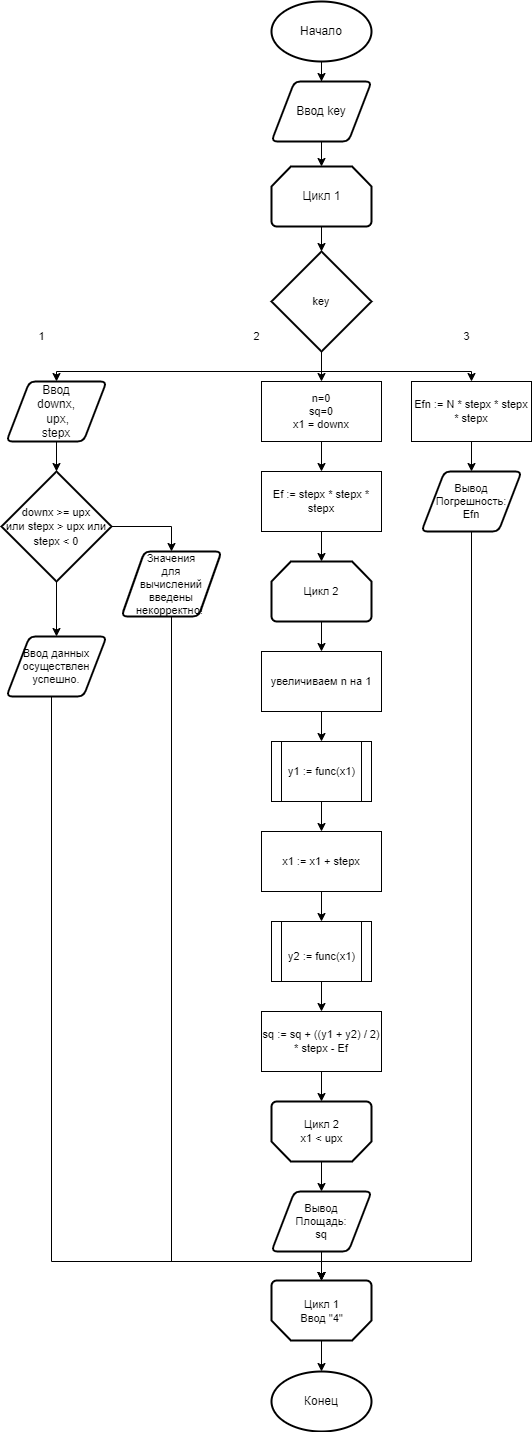
Before: схема 3.1.png, a diagram exported from draw.io (ALEKCZY/DKR3). Source tidied: cells renumbered, new cells last; positions are measured from the earlier drawing's top-left corner, leaving out a move shared by most shapes.
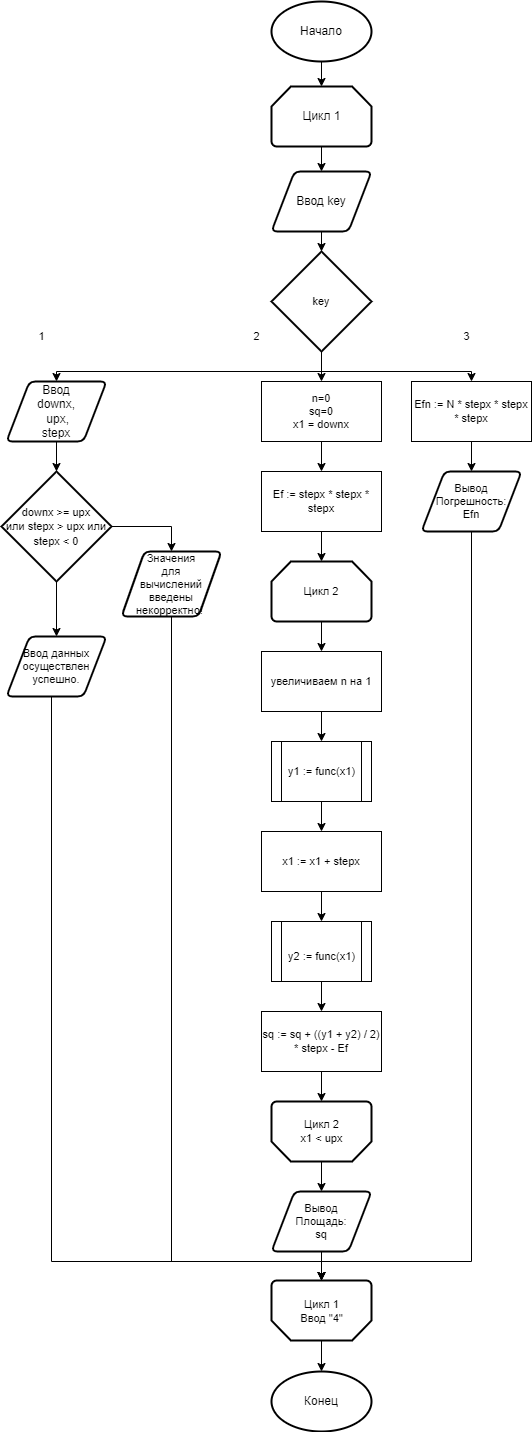
After the commit.

Diff of the diagram source:
```diff
@@ -2,9 +2,9 @@
   <root>
     <mxCell id="0" />
     <mxCell id="1" parent="0" />
-    <mxCell id="2" style="edgeStyle=orthogonalEdgeStyle;rounded=0;jettySize=auto;html=1;exitX=0.5;exitY=1;exitDx=0;exitDy=0;exitPerimeter=0;" parent="1" edge="1" source="3" target="55">
-      <mxGeometry relative="1" as="geometry" />
-    </mxCell>
+    <mxCell id="56" style="edgeStyle=orthogonalEdgeStyle;rounded=0;jettySize=auto;html=1;exitX=0.5;exitY=1;exitDx=0;exitDy=0;exitPerimeter=0;entryX=0.5;entryY=0;entryDx=0;entryDy=0;entryPerimeter=0;" parent="1" edge="1" source="3" target="51">
+      <mxGeometry relative="1" as="geometry" />
+    </mxCell>
     <mxCell id="3" value="Начало" style="strokeWidth=2;html=1;shape=mxgraph.flowchart.start_1;whiteSpace=wrap;" parent="1" vertex="1">
       <mxGeometry x="270" width="100" height="60" as="geometry" />
     </mxCell>
@@ -171,23 +171,23 @@
     <mxCell id="49" value="Цикл 1&lt;br&gt;Ввод &quot;4&quot;" style="text;html=1;align=center;verticalAlign=middle;strokeColor=none;fillColor=none;fontSize=11;" parent="1" vertex="1">
       <mxGeometry x="285" y="1290" width="70" height="40" as="geometry" />
     </mxCell>
-    <mxCell id="50" style="edgeStyle=orthogonalEdgeStyle;rounded=0;jettySize=auto;html=1;exitX=0.5;exitY=1;exitDx=0;exitDy=0;exitPerimeter=0;entryX=0.5;entryY=0;entryDx=0;entryDy=0;entryPerimeter=0;" parent="1" edge="1" source="51" target="20">
-      <mxGeometry relative="1" as="geometry" />
-    </mxCell>
+    <mxCell id="57" style="edgeStyle=orthogonalEdgeStyle;rounded=0;jettySize=auto;html=1;exitX=0.5;exitY=1;exitDx=0;exitDy=0;exitPerimeter=0;entryX=0.5;entryY=0;entryDx=0;entryDy=0;" parent="1" edge="1" source="51" target="55">
+      <mxGeometry relative="1" as="geometry" />
+    </mxCell>
     <mxCell id="51" style="strokeWidth=2;html=1;shape=mxgraph.flowchart.loop_limit;whiteSpace=wrap;" parent="1" vertex="1">
-      <mxGeometry x="270" y="165" width="100" height="60" as="geometry" />
+      <mxGeometry x="270" y="85" width="100" height="60" as="geometry" />
     </mxCell>
     <mxCell id="52" value="Цикл 1" style="text;html=1;align=center;verticalAlign=middle;strokeColor=none;fillColor=none;" parent="1" vertex="1">
-      <mxGeometry x="290" y="180" width="60" height="30" as="geometry" />
+      <mxGeometry x="290" y="100" width="60" height="30" as="geometry" />
     </mxCell>
     <mxCell id="53" value="Конец" style="strokeWidth=2;html=1;shape=mxgraph.flowchart.start_1;whiteSpace=wrap;" parent="1" vertex="1">
       <mxGeometry x="270" y="1370" width="100" height="60" as="geometry" />
     </mxCell>
-    <mxCell id="54" style="edgeStyle=orthogonalEdgeStyle;rounded=0;jettySize=auto;html=1;exitX=0.5;exitY=1;exitDx=0;exitDy=0;entryX=0.5;entryY=0;entryDx=0;entryDy=0;entryPerimeter=0;" parent="1" edge="1" source="55" target="51">
-      <mxGeometry relative="1" as="geometry" />
-    </mxCell>
+    <mxCell id="58" style="edgeStyle=orthogonalEdgeStyle;rounded=0;jettySize=auto;html=1;exitX=0.5;exitY=1;exitDx=0;exitDy=0;entryX=0.5;entryY=0;entryDx=0;entryDy=0;entryPerimeter=0;" parent="1" edge="1" source="55" target="20">
+      <mxGeometry relative="1" as="geometry" />
+    </mxCell>
     <mxCell id="55" value="Ввод key" style="shape=parallelogram;html=1;strokeWidth=2;perimeter=parallelogramPerimeter;whiteSpace=wrap;rounded=1;arcSize=12;size=0.23;" parent="1" vertex="1">
-      <mxGeometry x="270" y="80" width="100" height="60" as="geometry" />
+      <mxGeometry x="270" y="170" width="100" height="60" as="geometry" />
     </mxCell>
   </root>
 </mxGraphModel>
```
